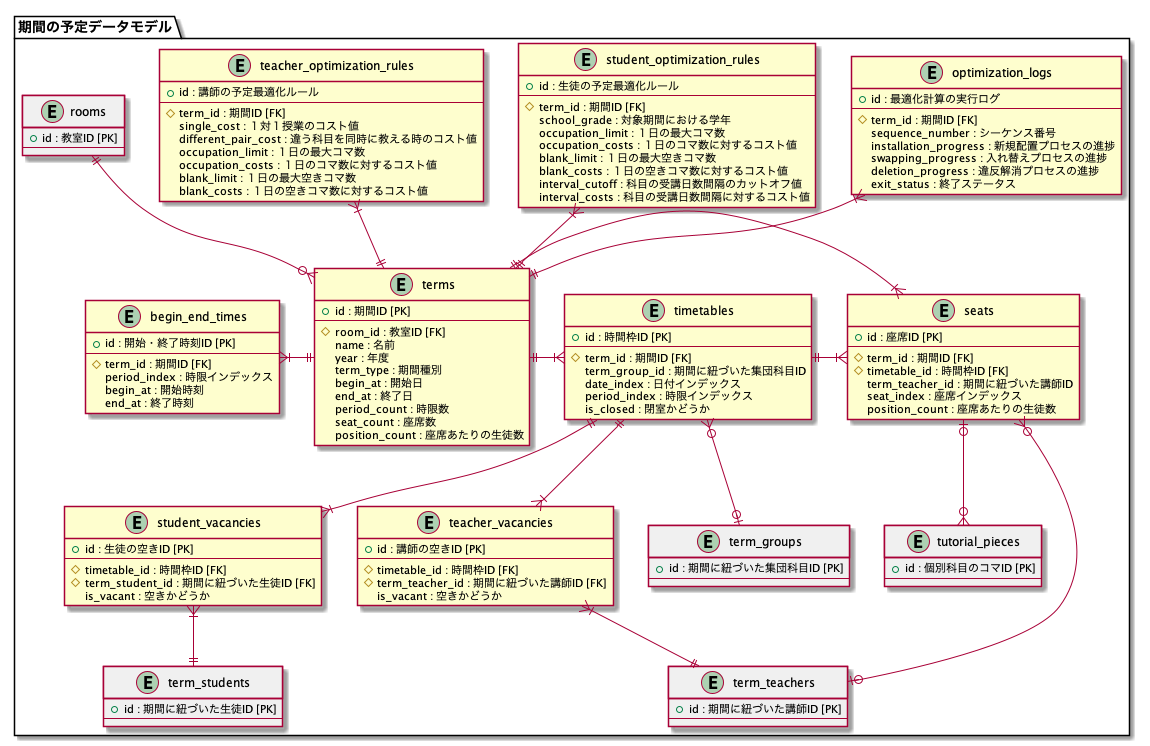
mass584/rakuraku_komagumi keeps this PlantUML diagram as application/doc/term_schedule_data_model.png. Above is the earlier version.
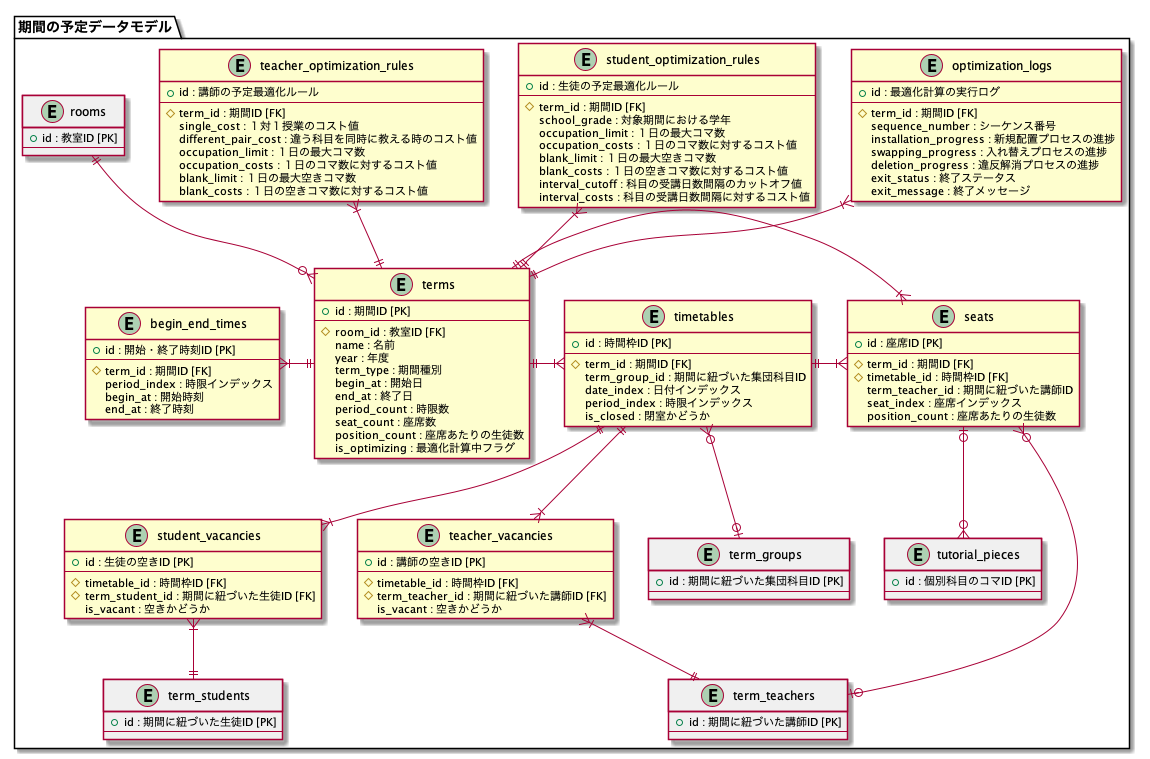
After the commit.

What changed in the source:
```diff
@@ -18,6 +18,7 @@
     period_count : 時限数
     seat_count : 座席数
     position_count : 座席あたりの生徒数
+    is_optimizing : 最適化計算中フラグ
   }
 
   entity "student_optimization_rules" {
@@ -54,6 +55,7 @@
     swapping_progress : 入れ替えプロセスの進捗
     deletion_progress : 違反解消プロセスの進捗
     exit_status : 終了ステータス
+    exit_message : 終了メッセージ
   }
 
   entity "term_students" #F0F0F0 {
```
